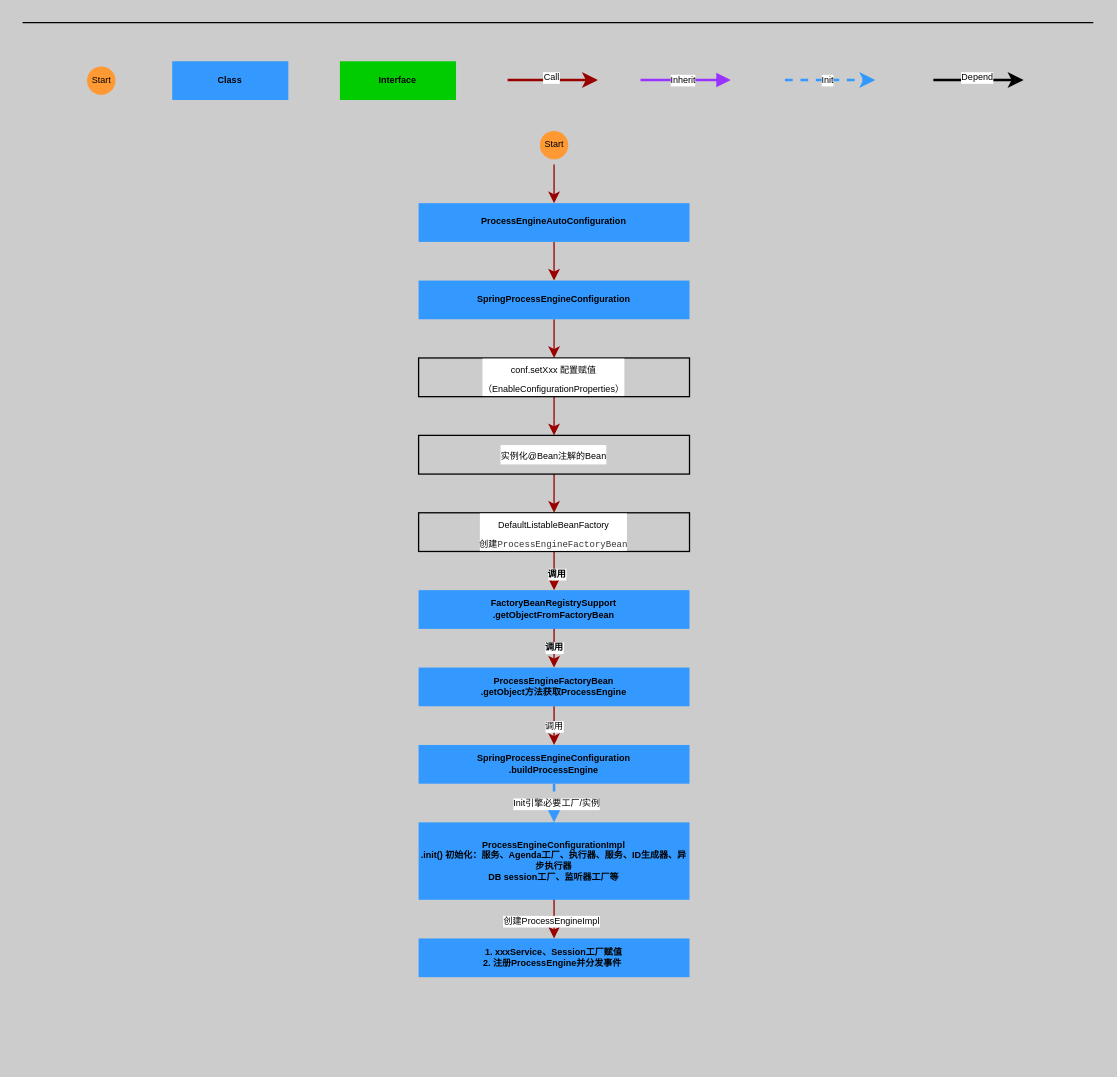
Y-lenny/Activiti keeps this draw.io diagram as page "引擎启动" (1 of 2) of reader/Untitled Diagram.drawio. Above is the earlier version. Source tidied: cells renumbered, new cells numbered last; positions are measured from the earlier drawing's top-left corner, leaving out a move shared by most shapes. Both pictures are drawn from the tidied source at 129%, with x=0, y=0 at pixel (22, 22).
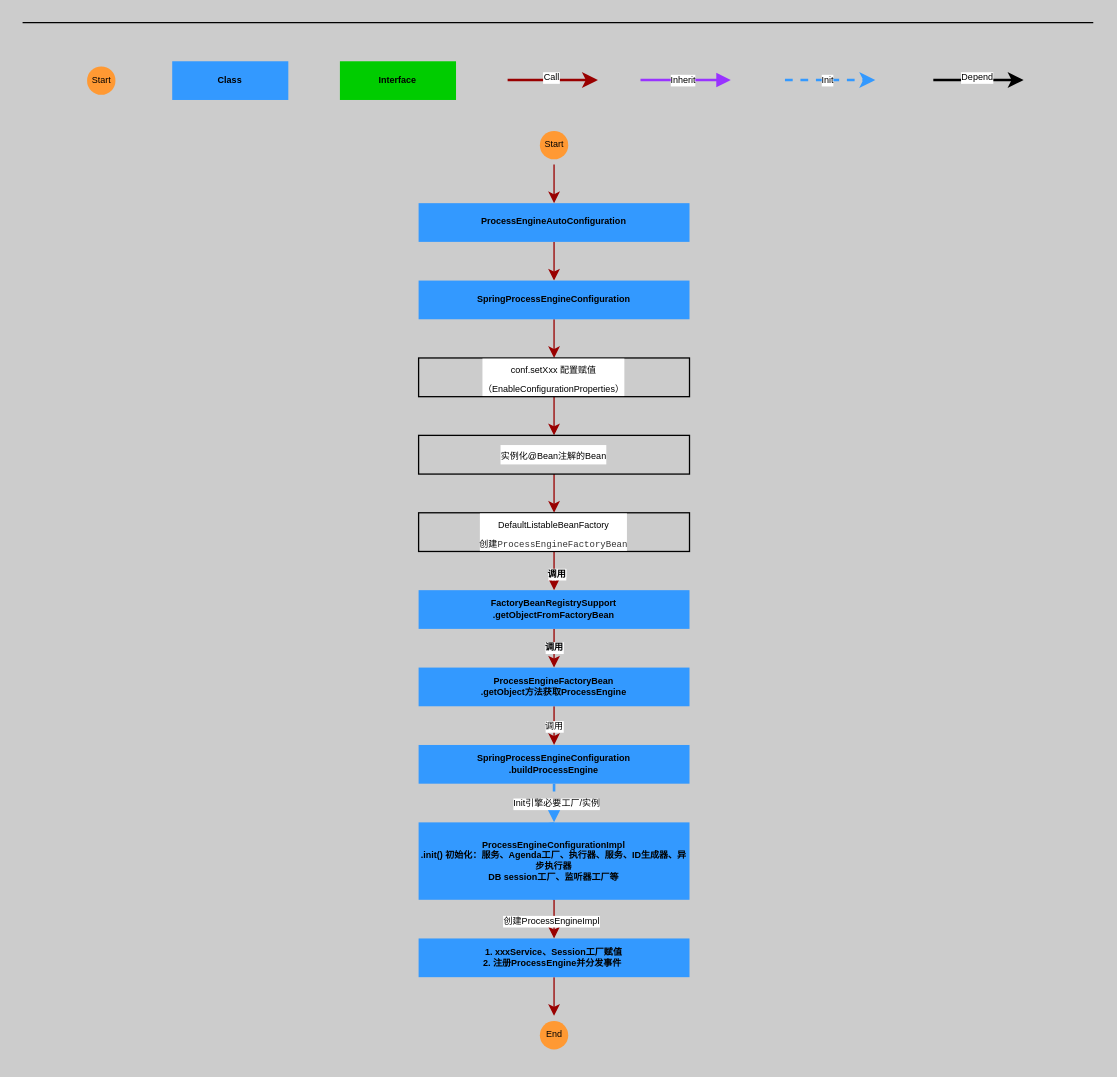
The same diagram, later.

The change refers to these unchanged cells:
```xml
<mxCell id="40" value="1. xxxService、Session工厂赋值&#10;2. 注册ProcessEngine并分发事件 " style="whiteSpace=wrap;align=center;verticalAlign=middle;fontStyle=1;strokeWidth=3;fillColor=#3399FF;strokeColor=none;fontSize=7;" parent="1" vertex="1">
  <mxGeometry x="307" y="710" width="210" height="30" as="geometry" />
</mxCell>
```

The edit, as a diff of the source:
```diff
@@
+    <mxCell id="41" style="edgeStyle=orthogonalEdgeStyle;rounded=0;jettySize=auto;html=1;strokeColor=#990000;fontSize=7;fontColor=#000000;entryX=0.5;entryY=0;entryDx=0;entryDy=0;" parent="1" edge="1" source="40" target="42">
+      <mxGeometry relative="1" as="geometry" />
+    </mxCell>
@@
+    <mxCell id="42" value="End" style="ellipse;html=1;shape=startState;strokeColor=none;fillColor=#FF9933;fontSize=7;" parent="1" vertex="1">
+      <mxGeometry x="397" y="770" width="30" height="30" as="geometry" />
+    </mxCell>
```
